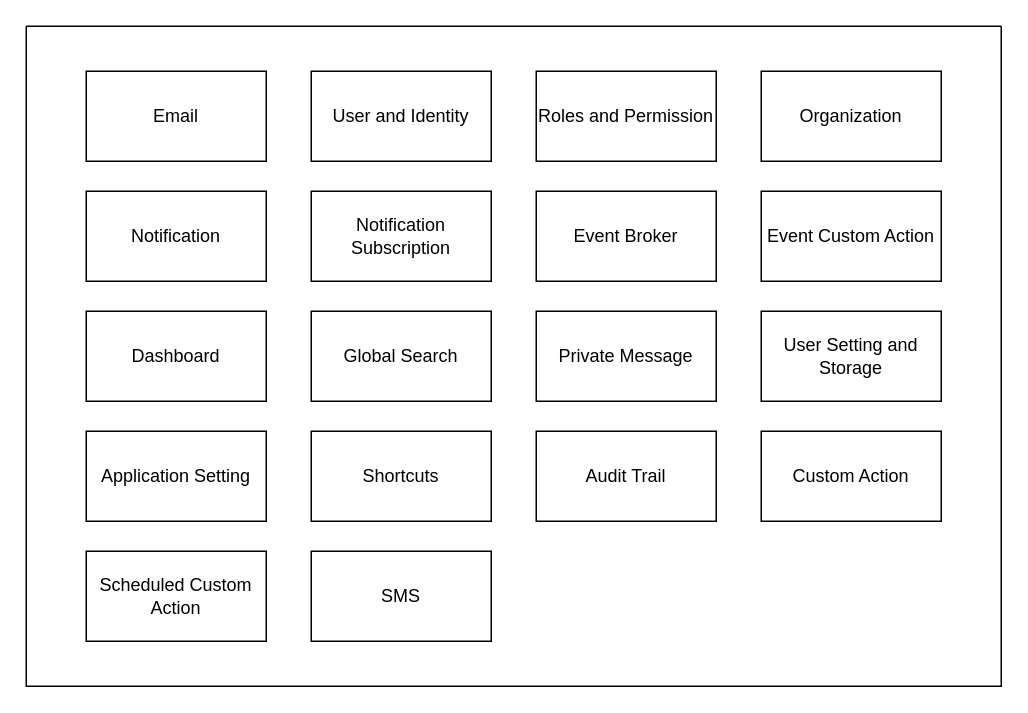
hkdotneteam/hkdotnet.Framework keeps this draw.io diagram as page "Page-2" (2 of 2) of Features.drawio. Above is the earlier version. Source tidied: cells renumbered, new cells numbered last; positions are measured from the earlier drawing's top-left corner, leaving out a move shared by most shapes. Both pictures are drawn from the tidied source at 150%, with x=0, y=0 at pixel (26, 26).
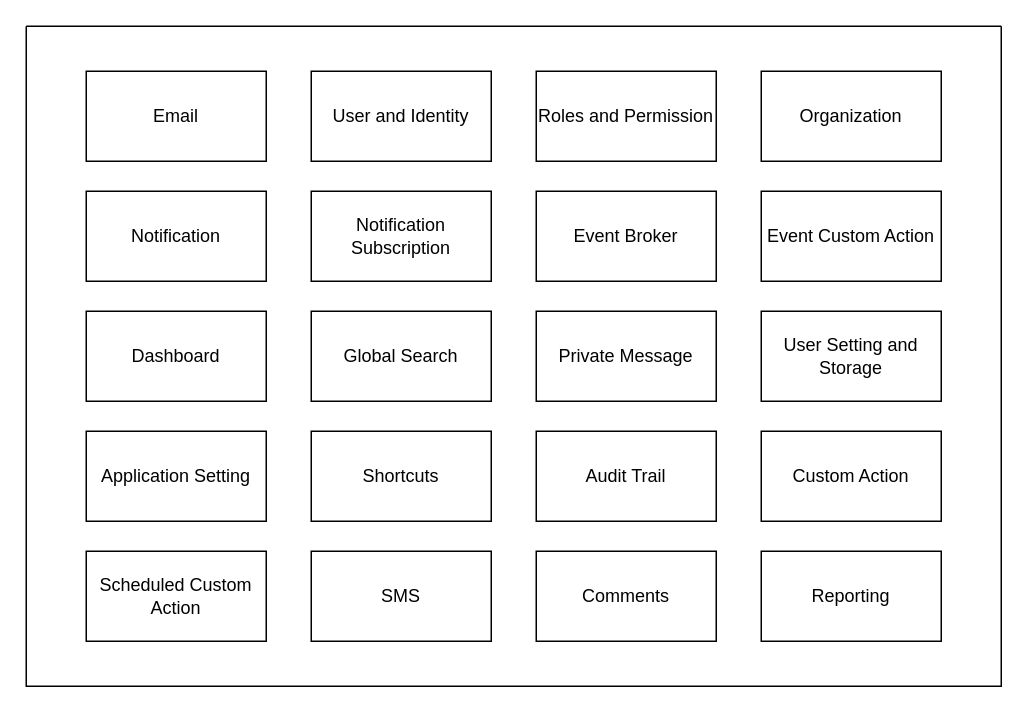
Above is the later version.

Unchanged cells that the change refers to:
```xml
<mxCell id="2" style="swimlane;startSize=0;" parent="1" vertex="1">
  <mxGeometry width="650" height="440" as="geometry" />
</mxCell>
```

Change to the diagram source:
```diff
@@
+    <mxCell id="21" value="Comments" style="rounded=0;whiteSpace=wrap;html=1;" parent="2" vertex="1">
+      <mxGeometry x="340" y="350" width="120" height="60" as="geometry" />
+    </mxCell>
+    <mxCell id="22" value="Reporting" style="rounded=0;whiteSpace=wrap;html=1;" parent="2" vertex="1">
+      <mxGeometry x="490" y="350" width="120" height="60" as="geometry" />
+    </mxCell>
```
